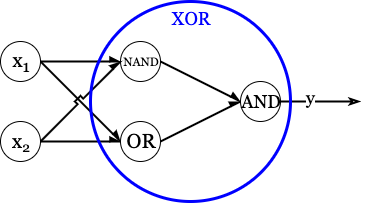
Above: XOR_perceptron.png in JiandeWuu/images (draw.io), before the change. Source tidied: cells renumbered, new cells last; positions are measured from the earlier drawing's top-left corner, leaving out a move shared by most shapes. The source it was exported from:
```xml
<mxGraphModel>
  <root>
    <mxCell id="0" />
    <mxCell id="1" parent="0" />
    <mxCell id="2" style="edgeStyle=orthogonalEdgeStyle;curved=1;jumpStyle=sharp;jettySize=auto;html=1;exitX=1;exitY=0.5;exitDx=0;exitDy=0;entryX=0;entryY=0.5;entryDx=0;entryDy=0;endArrow=async;endFill=1;strokeColor=#000000;strokeWidth=2;fontFamily=Georgia;fontSize=18;" parent="1" edge="1" source="4" target="6">
      <mxGeometry relative="1" as="geometry" />
    </mxCell>
    <mxCell id="3" style="jumpStyle=sharp;jettySize=auto;html=1;exitX=1;exitY=0.5;exitDx=0;exitDy=0;entryX=0;entryY=0.5;entryDx=0;entryDy=0;endArrow=async;endFill=1;strokeColor=#000000;strokeWidth=2;fontFamily=Georgia;fontSize=18;" parent="1" edge="1" source="4" target="8">
      <mxGeometry relative="1" as="geometry" />
    </mxCell>
    <mxCell id="4" value="&lt;span style=&quot;font-size: 20px&quot;&gt;&lt;font face=&quot;Georgia&quot;&gt;x&lt;sub&gt;1&lt;/sub&gt;&lt;/font&gt;&lt;/span&gt;" style="ellipse;whiteSpace=wrap;html=1;" parent="1" vertex="1">
      <mxGeometry y="40" width="40" height="40" as="geometry" />
    </mxCell>
    <mxCell id="5" style="jumpStyle=sharp;jettySize=auto;html=1;exitX=1;exitY=0.5;exitDx=0;exitDy=0;entryX=0;entryY=0.5;entryDx=0;entryDy=0;endArrow=async;endFill=1;strokeColor=#000000;strokeWidth=2;fontFamily=Georgia;fontSize=18;" parent="1" edge="1" source="6" target="14">
      <mxGeometry relative="1" as="geometry" />
    </mxCell>
    <mxCell id="6" value="&lt;font style=&quot;font-size: 12px&quot; face=&quot;Georgia&quot;&gt;NAND&lt;/font&gt;" style="ellipse;whiteSpace=wrap;html=1;" parent="1" vertex="1">
      <mxGeometry x="120" y="40" width="40" height="40" as="geometry" />
    </mxCell>
    <mxCell id="7" style="edgeStyle=none;jumpStyle=sharp;jettySize=auto;html=1;exitX=1;exitY=0.5;exitDx=0;exitDy=0;entryX=0;entryY=0.5;entryDx=0;entryDy=0;endArrow=async;endFill=1;strokeColor=#000000;strokeWidth=2;fontFamily=Georgia;fontSize=18;" parent="1" edge="1" source="8" target="14">
      <mxGeometry relative="1" as="geometry" />
    </mxCell>
    <mxCell id="8" value="&lt;span style=&quot;font-size: 20px&quot;&gt;&lt;font face=&quot;Georgia&quot;&gt;OR&lt;/font&gt;&lt;/span&gt;" style="ellipse;whiteSpace=wrap;html=1;" parent="1" vertex="1">
      <mxGeometry x="120" y="120" width="40" height="40" as="geometry" />
    </mxCell>
    <mxCell id="9" style="edgeStyle=orthogonalEdgeStyle;curved=1;jumpStyle=sharp;jettySize=auto;html=1;exitX=1;exitY=0.5;exitDx=0;exitDy=0;entryX=0;entryY=0.5;entryDx=0;entryDy=0;endArrow=async;endFill=1;strokeColor=#000000;strokeWidth=2;fontFamily=Georgia;fontSize=18;" parent="1" edge="1" source="11" target="8">
      <mxGeometry relative="1" as="geometry" />
    </mxCell>
    <mxCell id="10" style="jumpStyle=sharp;jettySize=auto;html=1;exitX=1;exitY=0.5;exitDx=0;exitDy=0;entryX=0;entryY=0.5;entryDx=0;entryDy=0;endArrow=async;endFill=1;strokeColor=#000000;strokeWidth=2;fontFamily=Georgia;fontSize=18;" parent="1" edge="1" source="11" target="6">
      <mxGeometry relative="1" as="geometry" />
    </mxCell>
    <mxCell id="11" value="&lt;span&gt;&lt;span style=&quot;font-size: 20px&quot;&gt;x&lt;/span&gt;&lt;span style=&quot;font-size: 16.6667px&quot;&gt;&lt;sub&gt;2&lt;/sub&gt;&lt;/span&gt;&lt;/span&gt;" style="ellipse;whiteSpace=wrap;html=1;fontFamily=Georgia;fontStyle=0;" parent="1" vertex="1">
      <mxGeometry y="120" width="40" height="40" as="geometry" />
    </mxCell>
    <mxCell id="12" style="edgeStyle=none;jumpStyle=sharp;jettySize=auto;html=1;exitX=1;exitY=0.5;exitDx=0;exitDy=0;endArrow=classicThin;endFill=0;strokeColor=#000000;strokeWidth=2;fontFamily=Georgia;fontSize=18;" parent="1" edge="1" source="14">
      <mxGeometry relative="1" as="geometry">
        <mxPoint x="360" y="100" as="targetPoint" />
      </mxGeometry>
    </mxCell>
    <mxCell id="13" value="y" style="text;html=1;align=center;verticalAlign=middle;labelBackgroundColor=#ffffff;fontSize=18;fontFamily=Georgia;" parent="12" vertex="1">
      <mxGeometry x="-0.25" y="4" relative="1" as="geometry" />
    </mxCell>
    <mxCell id="14" value="&lt;font style=&quot;font-size: 18px&quot; face=&quot;Georgia&quot;&gt;AND&lt;/font&gt;" style="ellipse;whiteSpace=wrap;html=1;" parent="1" vertex="1">
      <mxGeometry x="240" y="80" width="40" height="40" as="geometry" />
    </mxCell>
    <mxCell id="15" value="&lt;font color=&quot;#0000ff&quot;&gt;XOR&lt;/font&gt;" style="ellipse;whiteSpace=wrap;html=1;fontFamily=Georgia;fontSize=18;fillColor=none;strokeWidth=3;strokeColor=#0000FF;align=center;verticalAlign=top;" parent="1" vertex="1">
      <mxGeometry x="90" width="200" height="200" as="geometry" />
    </mxCell>
  </root>
</mxGraphModel>
```
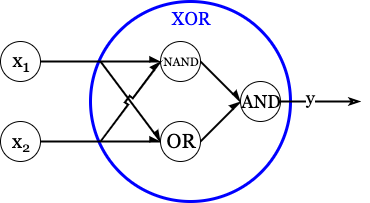
Later version of the same file.

Change to the diagram source:
```diff
@@ -2,49 +2,53 @@
   <root>
     <mxCell id="0" />
     <mxCell id="1" parent="0" />
-    <mxCell id="2" style="edgeStyle=orthogonalEdgeStyle;curved=1;jumpStyle=sharp;jettySize=auto;html=1;exitX=1;exitY=0.5;exitDx=0;exitDy=0;entryX=0;entryY=0.5;entryDx=0;entryDy=0;endArrow=async;endFill=1;strokeColor=#000000;strokeWidth=2;fontFamily=Georgia;fontSize=18;" parent="1" edge="1" source="4" target="6">
-      <mxGeometry relative="1" as="geometry" />
+    <mxCell id="2" value="&lt;font color=&quot;#0000ff&quot;&gt;XOR&lt;/font&gt;" style="ellipse;whiteSpace=wrap;html=1;fontFamily=Georgia;fontSize=18;fillColor=none;strokeWidth=3;strokeColor=#0000FF;align=center;verticalAlign=top;" parent="1" vertex="1">
+      <mxGeometry x="-60" y="-80" width="200" height="200" as="geometry" />
     </mxCell>
-    <mxCell id="3" style="jumpStyle=sharp;jettySize=auto;html=1;exitX=1;exitY=0.5;exitDx=0;exitDy=0;entryX=0;entryY=0.5;entryDx=0;entryDy=0;endArrow=async;endFill=1;strokeColor=#000000;strokeWidth=2;fontFamily=Georgia;fontSize=18;" parent="1" edge="1" source="4" target="8">
+    <mxCell id="3" style="edgeStyle=orthogonalEdgeStyle;curved=1;jumpStyle=sharp;jettySize=auto;html=1;exitX=1;exitY=0.5;exitDx=0;exitDy=0;entryX=0;entryY=0.5;entryDx=0;entryDy=0;endArrow=async;endFill=1;strokeColor=#000000;strokeWidth=2;fontFamily=Georgia;fontSize=18;" parent="1" edge="1" source="5" target="7">
       <mxGeometry relative="1" as="geometry" />
     </mxCell>
-    <mxCell id="4" value="&lt;span style=&quot;font-size: 20px&quot;&gt;&lt;font face=&quot;Georgia&quot;&gt;x&lt;sub&gt;1&lt;/sub&gt;&lt;/font&gt;&lt;/span&gt;" style="ellipse;whiteSpace=wrap;html=1;" parent="1" vertex="1">
-      <mxGeometry y="40" width="40" height="40" as="geometry" />
+    <mxCell id="4" style="jumpStyle=sharp;jettySize=auto;html=1;entryX=0;entryY=0.5;entryDx=0;entryDy=0;endArrow=async;endFill=1;strokeColor=#000000;strokeWidth=2;fontFamily=Georgia;fontSize=18;" parent="1" edge="1" target="9">
+      <mxGeometry relative="1" as="geometry">
+        <mxPoint x="-50" y="-20" as="sourcePoint" />
+      </mxGeometry>
     </mxCell>
-    <mxCell id="5" style="jumpStyle=sharp;jettySize=auto;html=1;exitX=1;exitY=0.5;exitDx=0;exitDy=0;entryX=0;entryY=0.5;entryDx=0;entryDy=0;endArrow=async;endFill=1;strokeColor=#000000;strokeWidth=2;fontFamily=Georgia;fontSize=18;" parent="1" edge="1" source="6" target="14">
-      <mxGeometry relative="1" as="geometry" />
+    <mxCell id="5" value="&lt;span style=&quot;font-size: 20px&quot;&gt;&lt;font face=&quot;Georgia&quot;&gt;x&lt;sub&gt;1&lt;/sub&gt;&lt;/font&gt;&lt;/span&gt;" style="ellipse;whiteSpace=wrap;html=1;" parent="1" vertex="1">
+      <mxGeometry x="-150" y="-40" width="40" height="40" as="geometry" />
     </mxCell>
-    <mxCell id="6" value="&lt;font style=&quot;font-size: 12px&quot; face=&quot;Georgia&quot;&gt;NAND&lt;/font&gt;" style="ellipse;whiteSpace=wrap;html=1;" parent="1" vertex="1">
-      <mxGeometry x="120" y="40" width="40" height="40" as="geometry" />
+    <mxCell id="6" style="jumpStyle=sharp;jettySize=auto;html=1;exitX=1;exitY=0.5;exitDx=0;exitDy=0;entryX=0;entryY=0.5;entryDx=0;entryDy=0;endArrow=async;endFill=1;strokeColor=#000000;strokeWidth=2;fontFamily=Georgia;fontSize=18;" parent="1" edge="1" source="7" target="15">
+      <mxGeometry relative="1" as="geometry" />
     </mxCell>
-    <mxCell id="7" style="edgeStyle=none;jumpStyle=sharp;jettySize=auto;html=1;exitX=1;exitY=0.5;exitDx=0;exitDy=0;entryX=0;entryY=0.5;entryDx=0;entryDy=0;endArrow=async;endFill=1;strokeColor=#000000;strokeWidth=2;fontFamily=Georgia;fontSize=18;" parent="1" edge="1" source="8" target="14">
-      <mxGeometry relative="1" as="geometry" />
+    <mxCell id="7" value="&lt;font style=&quot;font-size: 12px&quot; face=&quot;Georgia&quot;&gt;NAND&lt;/font&gt;" style="ellipse;whiteSpace=wrap;html=1;" parent="1" vertex="1">
+      <mxGeometry x="10" y="-40" width="40" height="40" as="geometry" />
     </mxCell>
-    <mxCell id="8" value="&lt;span style=&quot;font-size: 20px&quot;&gt;&lt;font face=&quot;Georgia&quot;&gt;OR&lt;/font&gt;&lt;/span&gt;" style="ellipse;whiteSpace=wrap;html=1;" parent="1" vertex="1">
-      <mxGeometry x="120" y="120" width="40" height="40" as="geometry" />
+    <mxCell id="8" style="edgeStyle=none;jumpStyle=sharp;jettySize=auto;html=1;exitX=1;exitY=0.5;exitDx=0;exitDy=0;entryX=0;entryY=0.5;entryDx=0;entryDy=0;endArrow=async;endFill=1;strokeColor=#000000;strokeWidth=2;fontFamily=Georgia;fontSize=18;" parent="1" edge="1" source="9" target="15">
+      <mxGeometry relative="1" as="geometry" />
     </mxCell>
-    <mxCell id="9" style="edgeStyle=orthogonalEdgeStyle;curved=1;jumpStyle=sharp;jettySize=auto;html=1;exitX=1;exitY=0.5;exitDx=0;exitDy=0;entryX=0;entryY=0.5;entryDx=0;entryDy=0;endArrow=async;endFill=1;strokeColor=#000000;strokeWidth=2;fontFamily=Georgia;fontSize=18;" parent="1" edge="1" source="11" target="8">
-      <mxGeometry relative="1" as="geometry" />
+    <mxCell id="9" value="&lt;span style=&quot;font-size: 20px&quot;&gt;&lt;font face=&quot;Georgia&quot;&gt;OR&lt;/font&gt;&lt;/span&gt;" style="ellipse;whiteSpace=wrap;html=1;" parent="1" vertex="1">
+      <mxGeometry x="10" y="40" width="40" height="40" as="geometry" />
     </mxCell>
-    <mxCell id="10" style="jumpStyle=sharp;jettySize=auto;html=1;exitX=1;exitY=0.5;exitDx=0;exitDy=0;entryX=0;entryY=0.5;entryDx=0;entryDy=0;endArrow=async;endFill=1;strokeColor=#000000;strokeWidth=2;fontFamily=Georgia;fontSize=18;" parent="1" edge="1" source="11" target="6">
+    <mxCell id="10" style="edgeStyle=orthogonalEdgeStyle;curved=1;jumpStyle=sharp;jettySize=auto;html=1;exitX=1;exitY=0.5;exitDx=0;exitDy=0;entryX=0;entryY=0.5;entryDx=0;entryDy=0;endArrow=async;endFill=1;strokeColor=#000000;strokeWidth=2;fontFamily=Georgia;fontSize=18;" parent="1" edge="1" source="12" target="9">
       <mxGeometry relative="1" as="geometry" />
     </mxCell>
-    <mxCell id="11" value="&lt;span&gt;&lt;span style=&quot;font-size: 20px&quot;&gt;x&lt;/span&gt;&lt;span style=&quot;font-size: 16.6667px&quot;&gt;&lt;sub&gt;2&lt;/sub&gt;&lt;/span&gt;&lt;/span&gt;" style="ellipse;whiteSpace=wrap;html=1;fontFamily=Georgia;fontStyle=0;" parent="1" vertex="1">
-      <mxGeometry y="120" width="40" height="40" as="geometry" />
+    <mxCell id="11" style="jumpStyle=sharp;jettySize=auto;html=1;entryX=0;entryY=0.5;entryDx=0;entryDy=0;endArrow=async;endFill=1;strokeColor=#000000;strokeWidth=2;fontFamily=Georgia;fontSize=18;" parent="1" edge="1" target="7">
+      <mxGeometry relative="1" as="geometry">
+        <mxPoint x="-50" y="60" as="sourcePoint" />
+      </mxGeometry>
     </mxCell>
-    <mxCell id="12" style="edgeStyle=none;jumpStyle=sharp;jettySize=auto;html=1;exitX=1;exitY=0.5;exitDx=0;exitDy=0;endArrow=classicThin;endFill=0;strokeColor=#000000;strokeWidth=2;fontFamily=Georgia;fontSize=18;" parent="1" edge="1" source="14">
-      <mxGeometry relative="1" as="geometry">
-        <mxPoint x="360" y="100" as="targetPoint" />
-      </mxGeometry>
+    <mxCell id="12" value="&lt;span&gt;&lt;span style=&quot;font-size: 20px&quot;&gt;x&lt;/span&gt;&lt;span style=&quot;font-size: 16.6667px&quot;&gt;&lt;sub&gt;2&lt;/sub&gt;&lt;/span&gt;&lt;/span&gt;" style="ellipse;whiteSpace=wrap;html=1;fontFamily=Georgia;fontStyle=0;" parent="1" vertex="1">
+      <mxGeometry x="-150" y="40" width="40" height="40" as="geometry" />
     </mxCell>
-    <mxCell id="13" value="y" style="text;html=1;align=center;verticalAlign=middle;labelBackgroundColor=#ffffff;fontSize=18;fontFamily=Georgia;" parent="12" vertex="1">
-      <mxGeometry x="-0.25" y="4" relative="1" as="geometry" />
+    <mxCell id="13" style="edgeStyle=none;jumpStyle=sharp;jettySize=auto;html=1;exitX=1;exitY=0.5;exitDx=0;exitDy=0;endArrow=classicThin;endFill=0;strokeColor=#000000;strokeWidth=2;fontFamily=Georgia;fontSize=18;" parent="1" edge="1" source="15">
+      <mxGeometry relative="1" as="geometry">
+        <mxPoint x="210" y="20" as="targetPoint" />
+      </mxGeometry>
     </mxCell>
-    <mxCell id="14" value="&lt;font style=&quot;font-size: 18px&quot; face=&quot;Georgia&quot;&gt;AND&lt;/font&gt;" style="ellipse;whiteSpace=wrap;html=1;" parent="1" vertex="1">
-      <mxGeometry x="240" y="80" width="40" height="40" as="geometry" />
+    <mxCell id="14" value="y" style="text;html=1;align=center;verticalAlign=middle;points=[];labelBackgroundColor=#ffffff;fontSize=18;fontFamily=Georgia;" parent="13" vertex="1">
+      <mxGeometry x="-0.25" y="4" relative="1" as="geometry" />
     </mxCell>
-    <mxCell id="15" value="&lt;font color=&quot;#0000ff&quot;&gt;XOR&lt;/font&gt;" style="ellipse;whiteSpace=wrap;html=1;fontFamily=Georgia;fontSize=18;fillColor=none;strokeWidth=3;strokeColor=#0000FF;align=center;verticalAlign=top;" parent="1" vertex="1">
-      <mxGeometry x="90" width="200" height="200" as="geometry" />
+    <mxCell id="15" value="&lt;font style=&quot;font-size: 18px&quot; face=&quot;Georgia&quot;&gt;AND&lt;/font&gt;" style="ellipse;whiteSpace=wrap;html=1;" parent="1" vertex="1">
+      <mxGeometry x="90" width="40" height="40" as="geometry" />
     </mxCell>
   </root>
 </mxGraphModel>
```
